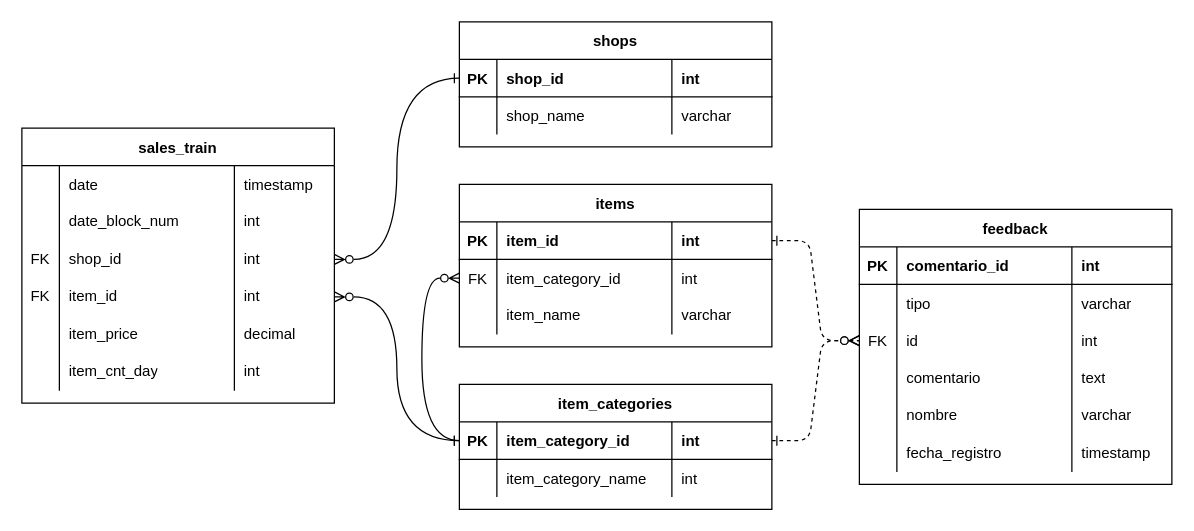
Earlier version of the draw.io diagram imgs/ERD.drawio (feli-p/sales-predictions-1c). Source tidied: cells renumbered, new cells numbered last; positions are measured from the earlier drawing's top-left corner, leaving out a move shared by most shapes. Both pictures are drawn from the tidied source at 125%, with x=0, y=0 at pixel (21, 21).
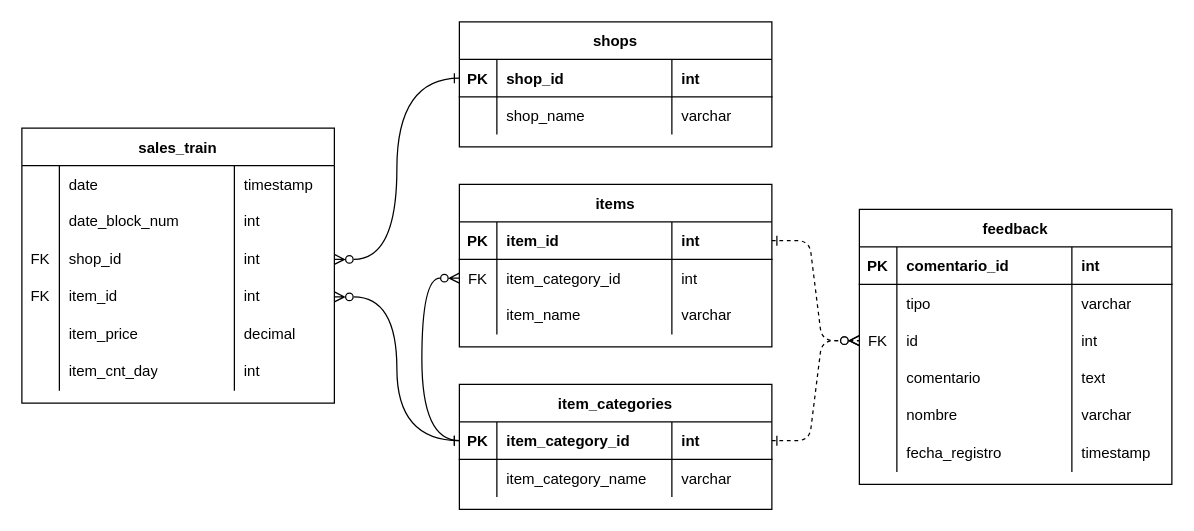
The same page after the edit.

The change refers to these unchanged cells:
```xml
<mxCell id="46" style="shape=partialRectangle;fillColor=none;top=0;left=0;right=0;bottom=0;" parent="41" vertex="1">
  <mxGeometry y="60" width="250" height="30" as="geometry" />
</mxCell>
```

Change to the diagram source:
```diff
@@
-    <mxCell id="49" value="int" style="shape=partialRectangle;overflow=hidden;fillColor=none;top=0;left=0;bottom=0;right=0;align=left;spacingLeft=6;" parent="46" vertex="1">
+    <mxCell id="49" value="varchar" style="shape=partialRectangle;overflow=hidden;fillColor=none;top=0;left=0;bottom=0;right=0;align=left;spacingLeft=6;" parent="46" vertex="1">
       <mxGeometry x="170" width="80" height="30" as="geometry" />
     </mxCell>
```
